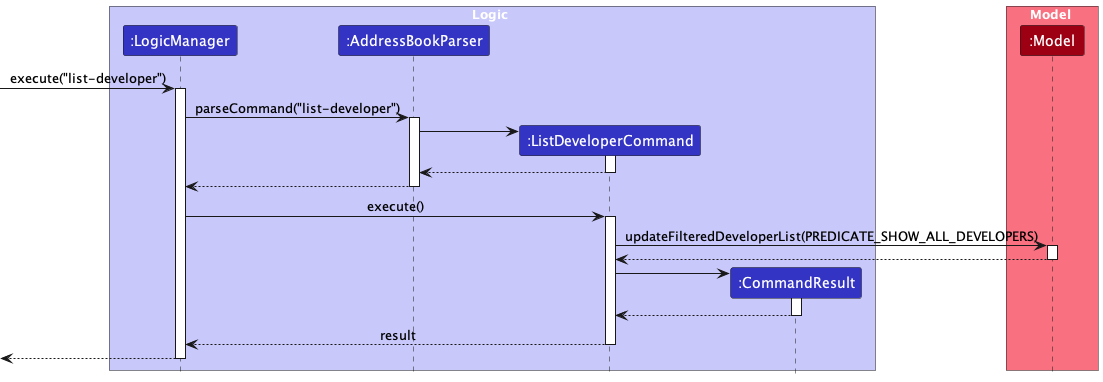
The PlantUML diagram docs/images/ListDeveloperSequenceDiagram.png in waseemingly/tp, before a commit. Its diagram source:
```plantuml
@startuml
 !include style.puml
 skinparam ArrowFontStyle plain

 box Logic LOGIC_COLOR_T1
 participant ":LogicManager" as LogicManager LOGIC_COLOR
 participant ":AddressBookParser" as AddressBookParser LOGIC_COLOR
 participant ":ListDeveloperCommand" as ListDeveloperCommand LOGIC_COLOR
 participant ":CommandResult" as CommandResult LOGIC_COLOR
 end box

 box Model MODEL_COLOR_T1
 participant ":Model" as Model MODEL_COLOR
 end box

 [-> LogicManager : execute("list-developer")
 activate LogicManager

 LogicManager -> AddressBookParser : parseCommand("list-developer")
 activate AddressBookParser

 create ListDeveloperCommand
 AddressBookParser -> ListDeveloperCommand
 activate ListDeveloperCommand

 ListDeveloperCommand --> AddressBookParser
 deactivate ListDeveloperCommand

 AddressBookParser --> LogicManager
 deactivate AddressBookParser

 LogicManager -> ListDeveloperCommand : execute()
 activate ListDeveloperCommand

 ListDeveloperCommand -> Model : updateFilteredDeveloperList(PREDICATE_SHOW_ALL_DEVELOPERS)
 activate Model

 Model --> ListDeveloperCommand
 deactivate Model

 create CommandResult
 ListDeveloperCommand -> CommandResult
 activate CommandResult

 CommandResult --> ListDeveloperCommand
 deactivate CommandResult

 ListDeveloperCommand --> LogicManager : result
 deactivate ListDeveloperCommand

 [<--LogicManager
 deactivate LogicManager

 @enduml
```
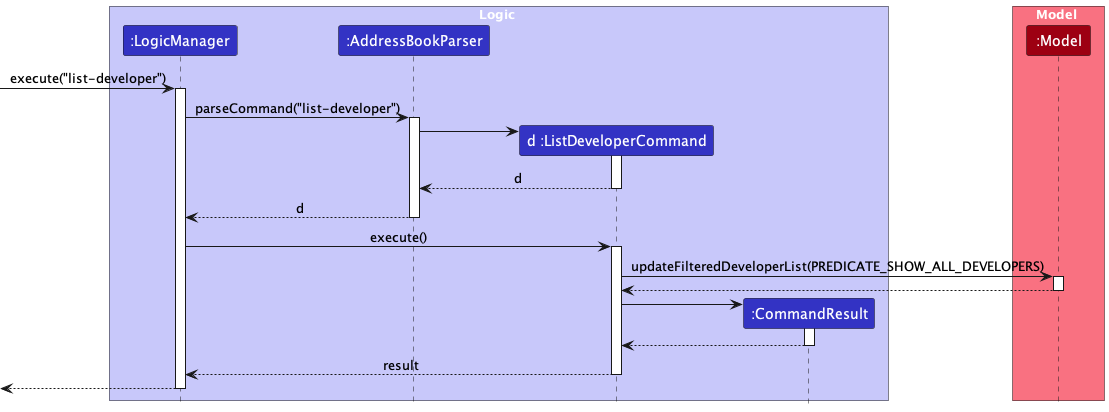
After the commit.

The edit, as a diff of the source:
```diff
@@ -5,7 +5,7 @@
  box Logic LOGIC_COLOR_T1
  participant ":LogicManager" as LogicManager LOGIC_COLOR
  participant ":AddressBookParser" as AddressBookParser LOGIC_COLOR
- participant ":ListDeveloperCommand" as ListDeveloperCommand LOGIC_COLOR
+ participant "d :ListDeveloperCommand" as ListDeveloperCommand LOGIC_COLOR
  participant ":CommandResult" as CommandResult LOGIC_COLOR
  end box
 
@@ -23,10 +23,10 @@
  AddressBookParser -> ListDeveloperCommand
  activate ListDeveloperCommand
 
- ListDeveloperCommand --> AddressBookParser
+ ListDeveloperCommand --> AddressBookParser : d
  deactivate ListDeveloperCommand
 
- AddressBookParser --> LogicManager
+ AddressBookParser --> LogicManager  : d
  deactivate AddressBookParser
 
  LogicManager -> ListDeveloperCommand : execute()
```
